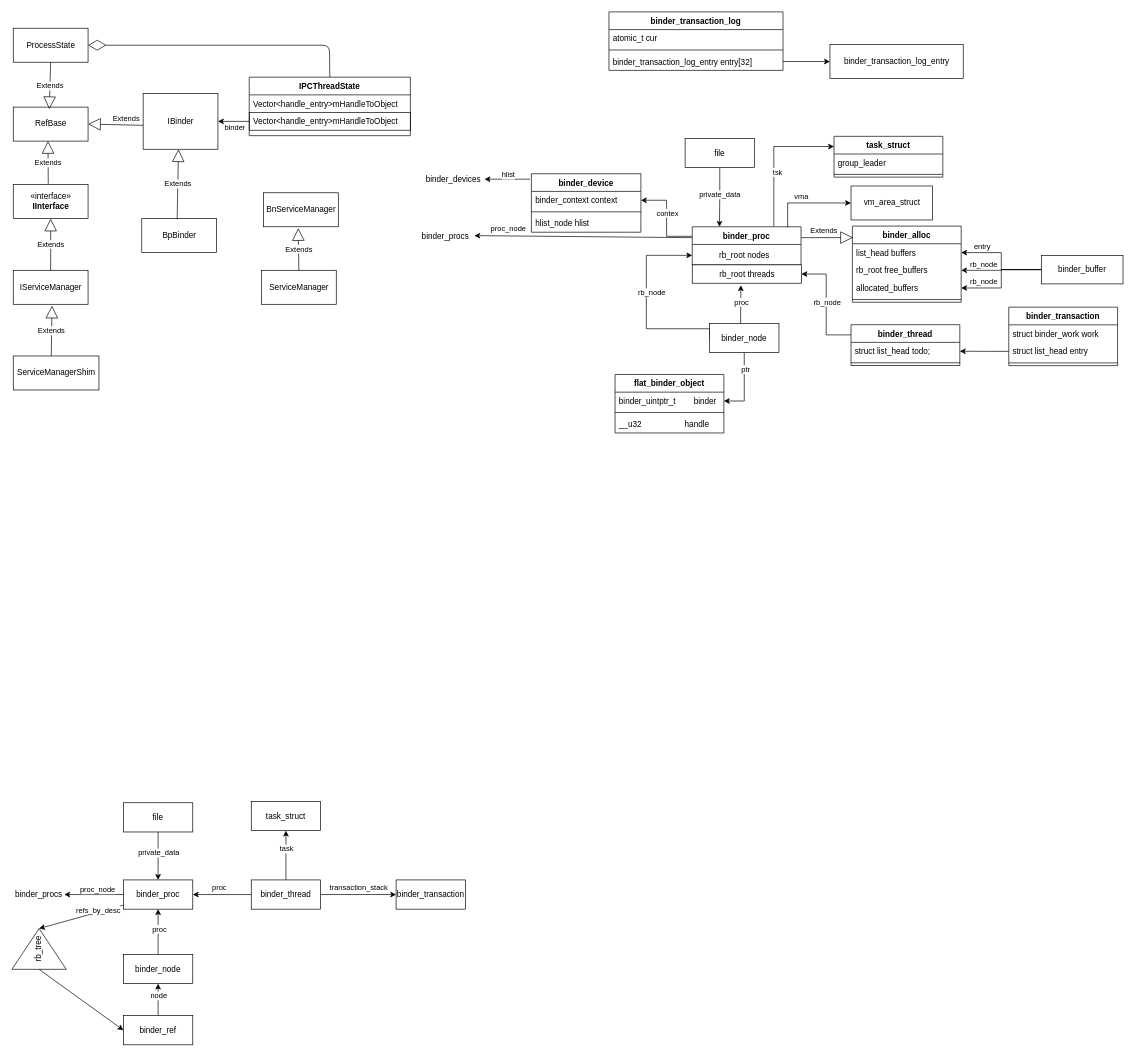
Before: Untitled Diagram.drawio in jasonactions/graph, a draw.io diagram. Source tidied: cells renumbered, new cells numbered last; positions are measured from the earlier drawing's top-left corner, leaving out a move shared by most shapes. Both pictures are drawn from the tidied source at 68%, with x=0, y=0 at pixel (13, 12).
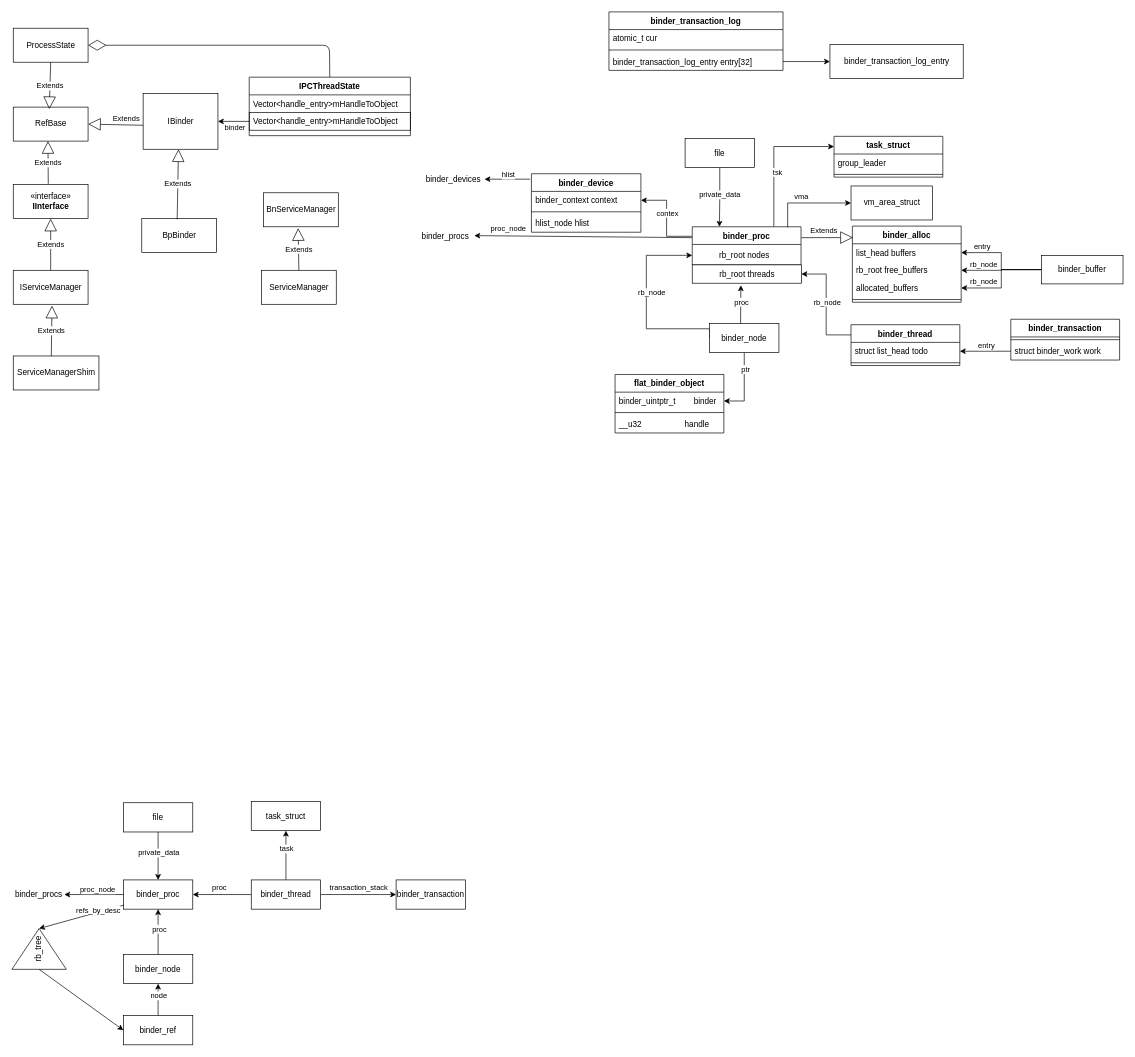
After the change.

The change refers to these unchanged cells:
```xml
<mxCell id="109" value="binder_thread" style="swimlane;fontStyle=1;align=center;verticalAlign=top;horizontal=1;startSize=26;" parent="1" vertex="1">
  <mxGeometry x="1232" y="460" width="160" height="60" as="geometry" />
</mxCell>
```

Change to the diagram source:
```diff
@@
-    <mxCell id="110" value="struct list_head todo;" style="text;strokeColor=none;fillColor=none;align=left;verticalAlign=top;spacingLeft=4;spacingRight=4;overflow=hidden;points=[[0,0.5],[1,0.5]];portConstraint=eastwest;" parent="109" vertex="1">
+    <mxCell id="110" value="struct list_head todo" style="text;strokeColor=none;fillColor=none;align=left;verticalAlign=top;spacingLeft=4;spacingRight=4;overflow=hidden;points=[[0,0.5],[1,0.5]];portConstraint=eastwest;" parent="109" vertex="1">
       <mxGeometry y="26" width="160" height="26" as="geometry" />
     </mxCell>
@@
     <mxCell id="112" value="binder_transaction" style="swimlane;fontStyle=1;align=center;verticalAlign=top;horizontal=1;startSize=26;" parent="1" vertex="1">
-      <mxGeometry x="1464" y="434.2" width="160" height="86" as="geometry" />
+      <mxGeometry x="1467" y="452" width="160" height="60" as="geometry" />
     </mxCell>
+    <mxCell id="115" style="line;strokeWidth=1;fillColor=none;align=left;verticalAlign=middle;spacingTop=-1;spacingLeft=3;spacingRight=3;labelPosition=right;" parent="112" vertex="1">
+      <mxGeometry y="26" width="160" height="8" as="geometry" />
+    </mxCell>
     <mxCell id="113" value="struct binder_work work" style="text;strokeColor=none;fillColor=none;align=left;verticalAlign=top;spacingLeft=4;spacingRight=4;overflow=hidden;points=[[0,0.5],[1,0.5]];portConstraint=eastwest;" parent="112" vertex="1">
-      <mxGeometry y="26" width="160" height="26" as="geometry" />
+      <mxGeometry y="34" width="160" height="26" as="geometry" />
     </mxCell>
-    <mxCell id="114" value="struct list_head entry" style="text;strokeColor=none;fillColor=none;align=left;verticalAlign=top;spacingLeft=4;spacingRight=4;overflow=hidden;points=[[0,0.5],[1,0.5]];portConstraint=eastwest;" parent="112" vertex="1">
-      <mxGeometry y="52" width="160" height="26" as="geometry" />
-    </mxCell>
-    <mxCell id="115" style="line;strokeWidth=1;fillColor=none;align=left;verticalAlign=middle;spacingTop=-1;spacingLeft=3;spacingRight=3;labelPosition=right;" parent="112" vertex="1">
-      <mxGeometry y="78" width="160" height="8" as="geometry" />
-    </mxCell>
-    <mxCell id="116" style="edgeStyle=orthogonalEdgeStyle;rounded=0;jettySize=auto;html=1;entryX=1;entryY=0.5;entryDx=0;entryDy=0;" parent="1" edge="1" source="114" target="110">
-      <mxGeometry relative="1" as="geometry" />
-    </mxCell>
+    <mxCell id="117" style="edgeStyle=orthogonalEdgeStyle;rounded=0;jettySize=auto;html=1;entryX=1;entryY=0.5;entryDx=0;entryDy=0;" parent="1" edge="1" source="113" target="110">
+      <mxGeometry relative="1" as="geometry" />
+    </mxCell>
+    <mxCell id="118" value="entry" style="edgeLabel;html=1;align=center;verticalAlign=middle;" parent="117" vertex="1">
+      <mxGeometry x="-0.38" relative="1" as="geometry">
+        <mxPoint x="-14" y="-9" as="offset" />
+      </mxGeometry>
+    </mxCell>
```
